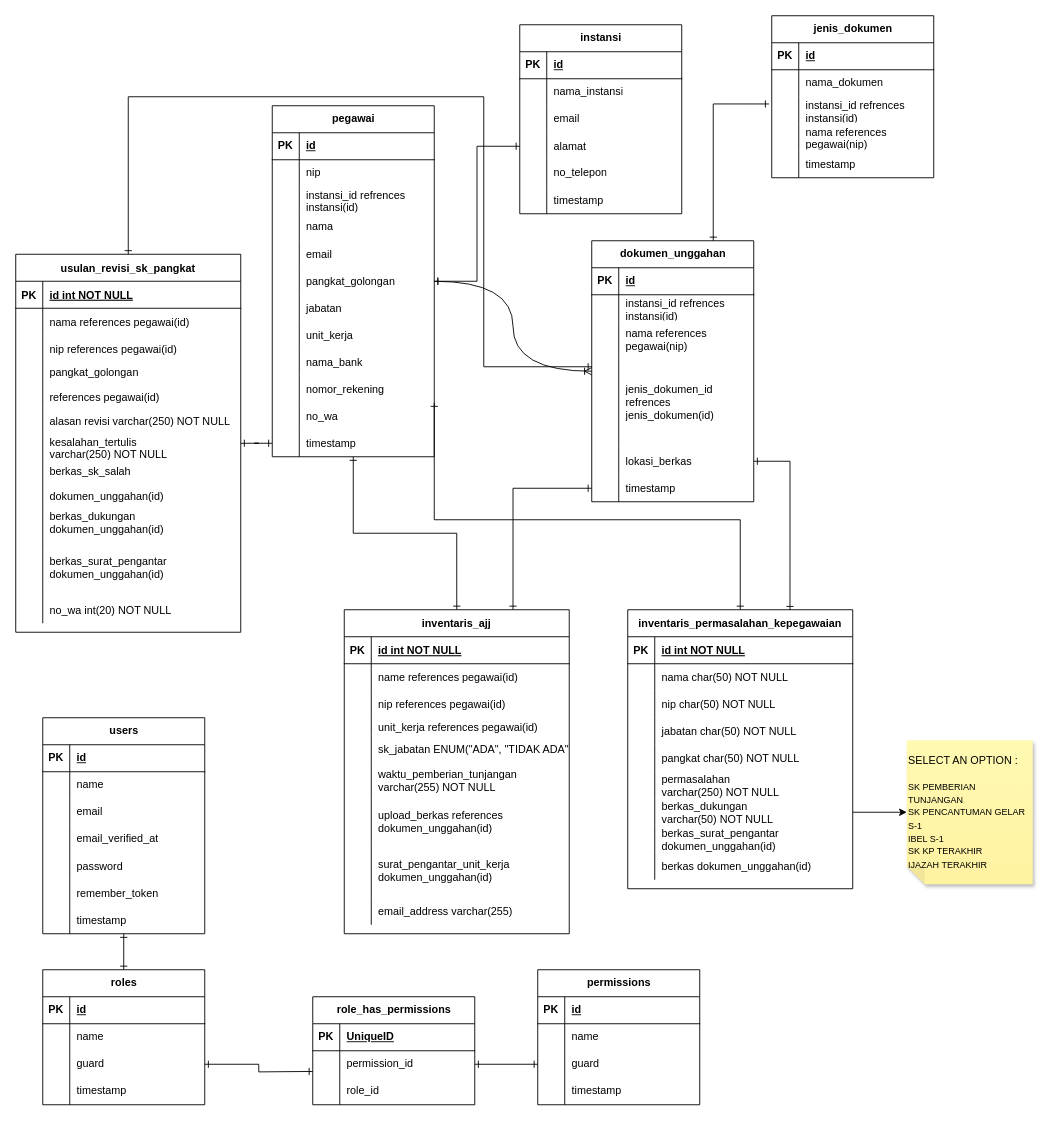
Before: database/Untitled Diagram.drawio in g0st-r00t-x/dinas-kesehatan, a draw.io diagram. Source tidied: cells renumbered, new cells numbered last; positions are measured from the earlier drawing's top-left corner, leaving out a move shared by most shapes. Both pictures are drawn from the tidied source at 90%, with x=0, y=0 at pixel (15, 15).
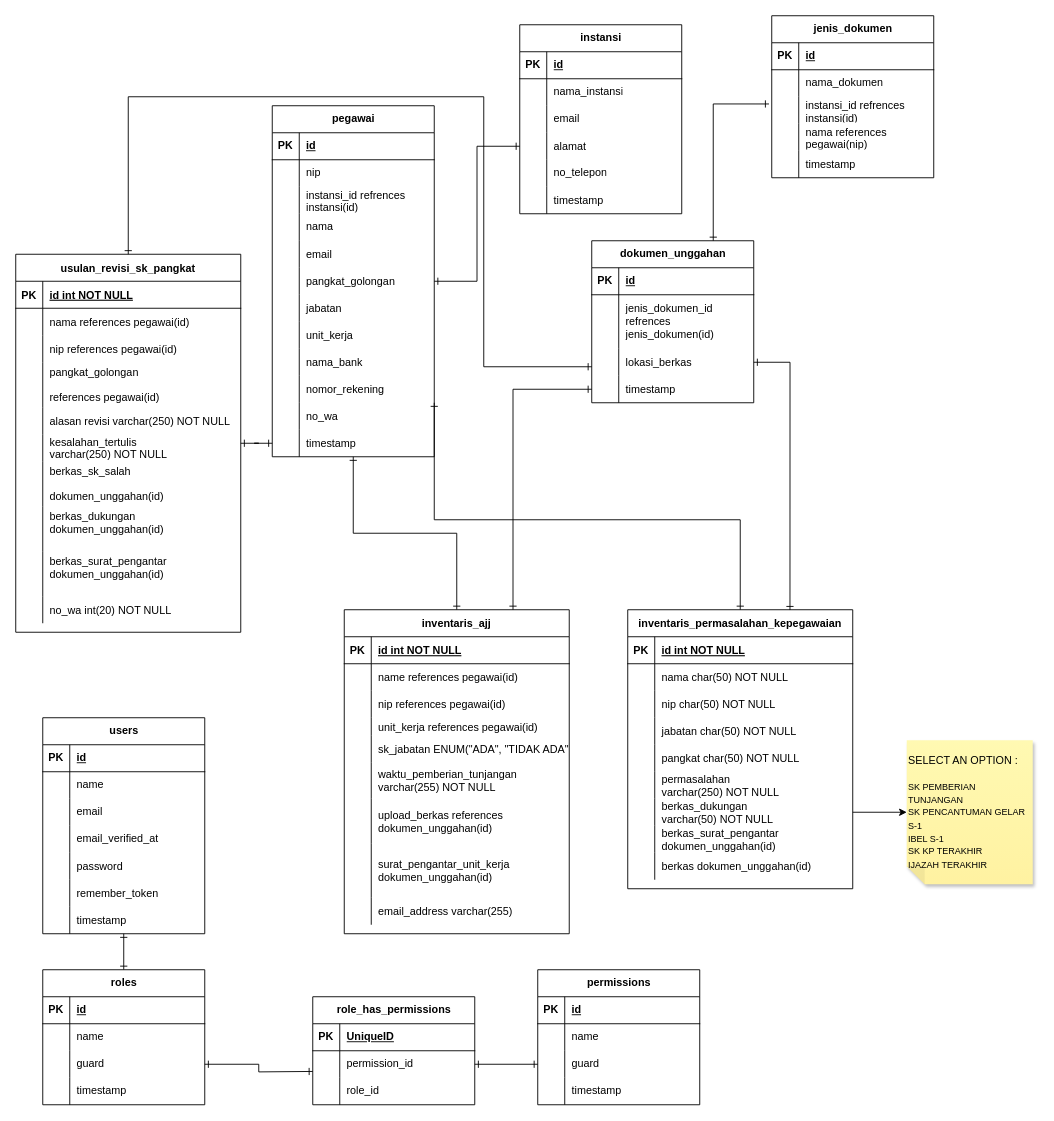
After the change.

The change refers to these unchanged cells:
```xml
<mxCell id="124" value="pegawai" style="shape=table;startSize=30;childLayout=tableLayout;rowLines=0;fontStyle=1;align=center;html=1;" parent="1" vertex="1">
  <mxGeometry x="285" y="100" width="180" height="390" as="geometry" />
</mxCell>
```

Change to the diagram source:
```diff
@@
     <mxCell id="178" value="dokumen_unggahan" style="shape=table;startSize=30;childLayout=tableLayout;rowLines=0;fontStyle=1;align=center;html=1;" parent="1" vertex="1">
-      <mxGeometry x="640" y="250" width="180" height="290" as="geometry" />
+      <mxGeometry x="640" y="250" width="180" height="180" as="geometry" />
     </mxCell>
@@
-    <mxCell id="182" style="shape=tableRow;horizontal=0;startSize=0;swimlaneHead=0;swimlaneBody=0;fillColor=none;top=0;left=0;right=0;bottom=0;" parent="178" vertex="1">
-      <mxGeometry y="60" width="180" height="30" as="geometry" />
-    </mxCell>
-    <mxCell id="183" style="shape=partialRectangle;fillColor=none;top=0;left=0;bottom=0;right=0;overflow=hidden;whiteSpace=wrap;html=1;" parent="182" vertex="1">
-      <mxGeometry width="30" height="30" as="geometry" />
-    </mxCell>
-    <mxCell id="184" value="instansi_id refrences instansi(id)" style="shape=partialRectangle;fillColor=none;top=0;left=0;bottom=0;right=0;align=left;spacingLeft=6;overflow=hidden;whiteSpace=wrap;html=1;" parent="182" vertex="1">
-      <mxGeometry x="30" width="150" height="30" as="geometry" />
-    </mxCell>
-    <mxCell id="185" style="shape=tableRow;horizontal=0;startSize=0;swimlaneHead=0;swimlaneBody=0;fillColor=none;top=0;left=0;right=0;bottom=0;" parent="178" vertex="1">
-      <mxGeometry y="90" width="180" height="40" as="geometry" />
-    </mxCell>
-    <mxCell id="186" style="shape=partialRectangle;fillColor=none;top=0;left=0;bottom=0;right=0;overflow=hidden;whiteSpace=wrap;html=1;" parent="185" vertex="1">
-      <mxGeometry width="30" height="40" as="geometry" />
-    </mxCell>
-    <mxCell id="187" value="nama references pegawai(nip)" style="shape=partialRectangle;fillColor=none;top=0;left=0;bottom=0;right=0;align=left;spacingLeft=6;overflow=hidden;whiteSpace=wrap;html=1;" parent="185" vertex="1">
-      <mxGeometry x="30" width="150" height="40" as="geometry" />
-    </mxCell>
     <mxCell id="188" style="shape=tableRow;horizontal=0;startSize=0;swimlaneHead=0;swimlaneBody=0;fillColor=none;top=0;left=0;right=0;bottom=0;" parent="178" vertex="1">
-      <mxGeometry y="130" width="180" height="100" as="geometry" />
+      <mxGeometry y="60" width="180" height="60" as="geometry" />
     </mxCell>
     <mxCell id="189" style="shape=partialRectangle;fillColor=none;top=0;left=0;bottom=0;right=0;overflow=hidden;whiteSpace=wrap;html=1;" parent="188" vertex="1">
-      <mxGeometry width="30" height="100" as="geometry" />
+      <mxGeometry width="30" height="60" as="geometry" />
     </mxCell>
     <mxCell id="190" value="jenis_dokumen_id refrences jenis_dokumen(id)" style="shape=partialRectangle;fillColor=none;top=0;left=0;bottom=0;right=0;align=left;spacingLeft=6;overflow=hidden;whiteSpace=wrap;html=1;" parent="188" vertex="1">
-      <mxGeometry x="30" width="150" height="100" as="geometry" />
+      <mxGeometry x="30" width="150" height="60" as="geometry" />
     </mxCell>
     <mxCell id="191" style="shape=tableRow;horizontal=0;startSize=0;swimlaneHead=0;swimlaneBody=0;fillColor=none;points=[[0,0.5],[1,0.5]];portConstraint=eastwest;top=0;left=0;right=0;bottom=0;" parent="178" vertex="1">
-      <mxGeometry y="230" width="180" height="30" as="geometry" />
+      <mxGeometry y="120" width="180" height="30" as="geometry" />
     </mxCell>
@@
     <mxCell id="194" style="shape=tableRow;horizontal=0;startSize=0;swimlaneHead=0;swimlaneBody=0;fillColor=none;points=[[0,0.5],[1,0.5]];portConstraint=eastwest;top=0;left=0;right=0;bottom=0;" parent="178" vertex="1">
-      <mxGeometry y="260" width="180" height="30" as="geometry" />
+      <mxGeometry y="150" width="180" height="30" as="geometry" />
     </mxCell>
@@
-    <mxCell id="216" style="edgeStyle=orthogonalEdgeStyle;rounded=0;jettySize=auto;html=1;entryX=0;entryY=0.5;entryDx=0;entryDy=0;startArrow=ERone;startFill=0;endArrow=ERoneToMany;endFill=0;curved=1;" parent="1" edge="1" source="124" target="178">
-      <mxGeometry relative="1" as="geometry" />
-    </mxCell>
```
